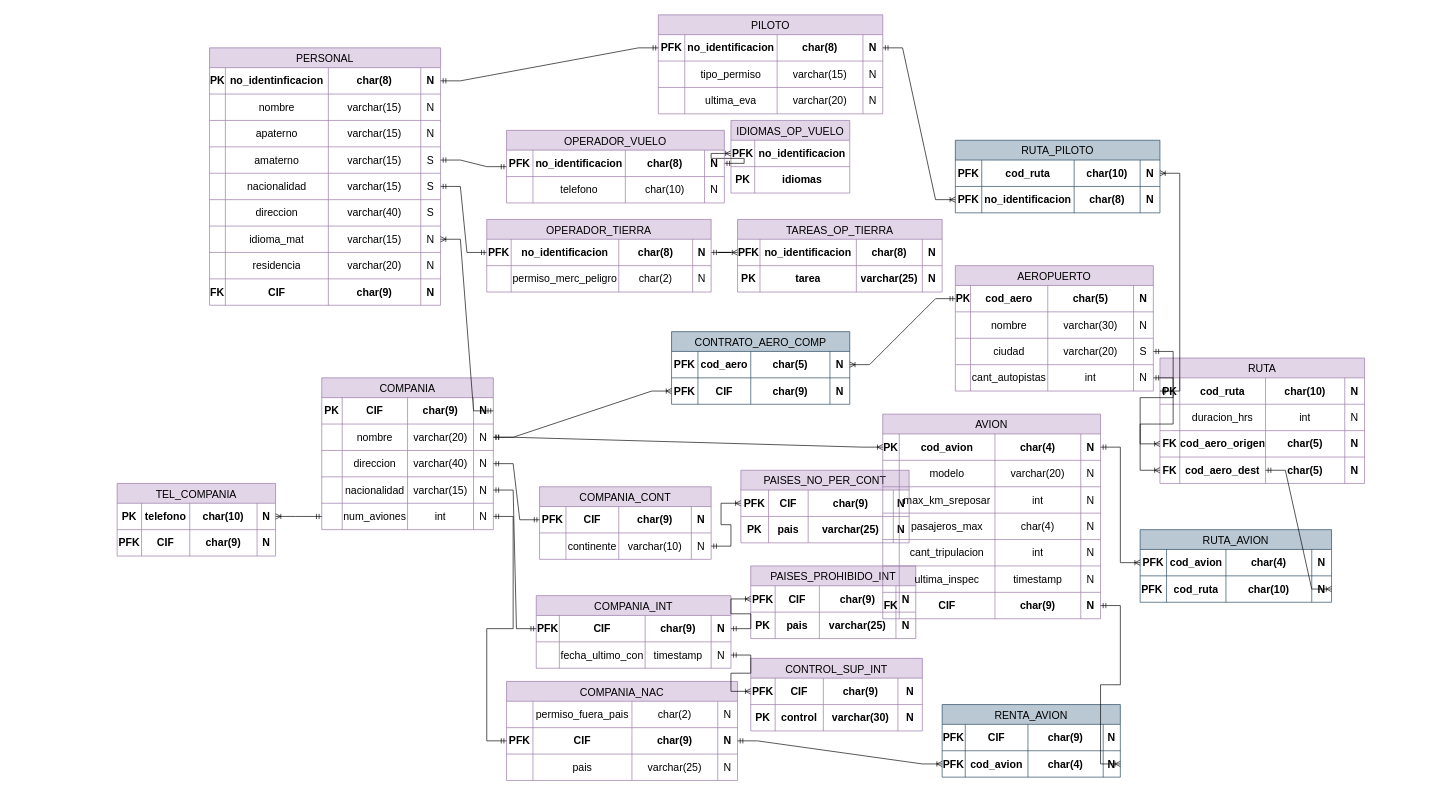
misiomishi/itcj keeps this draw.io diagram as Modelo Fisico Aeropuesto TBD.drawio. Above is the earlier version. Source tidied: cells renumbered, new cells numbered last; positions are measured from the earlier drawing's top-left corner, leaving out a move shared by most shapes. Both pictures are drawn from the tidied source at 66%, with x=0, y=0 at pixel (117, 15).
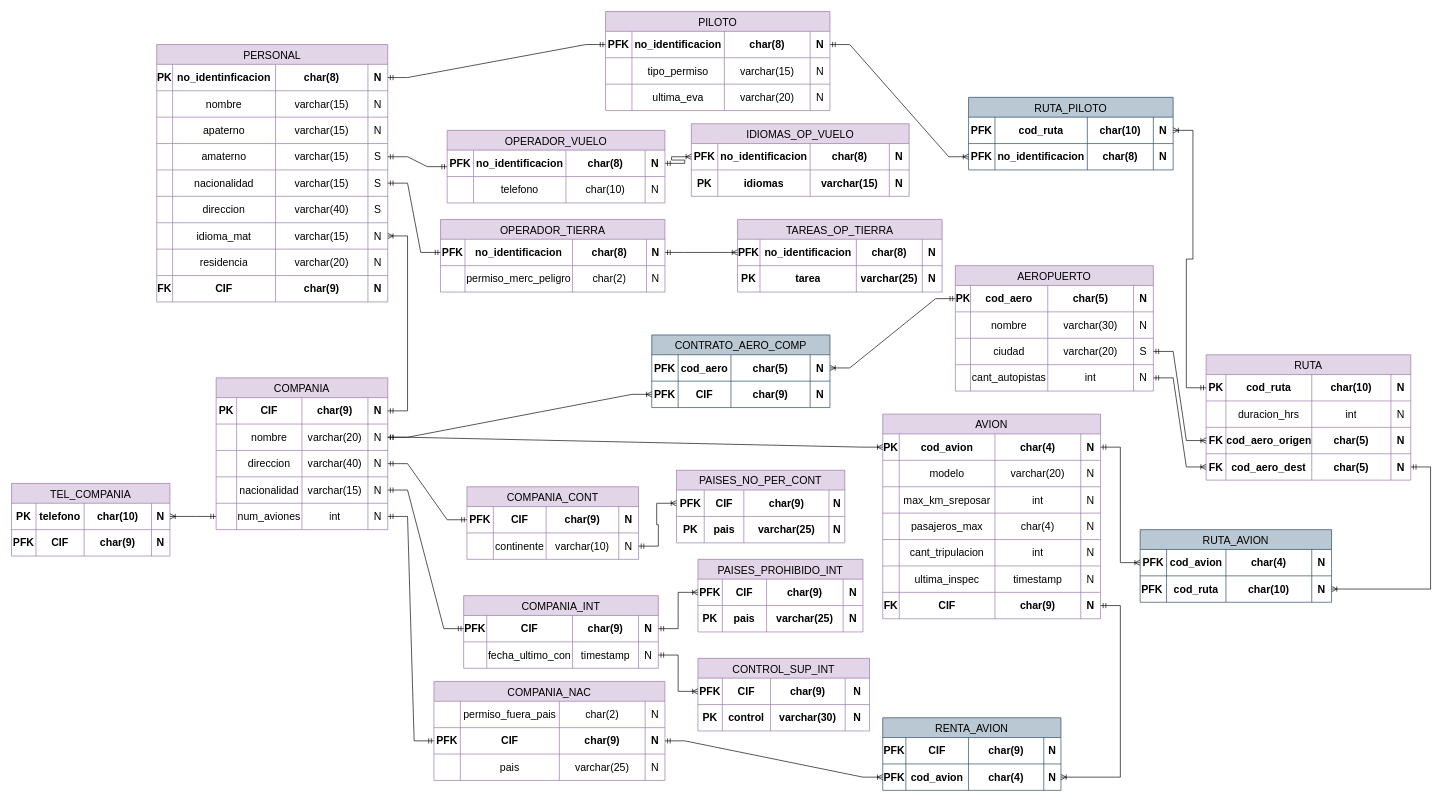
After the change.

The change refers to these unchanged cells:
```xml
<mxCell id="308" style="shape=tableRow;horizontal=0;startSize=0;swimlaneHead=0;swimlaneBody=0;strokeColor=inherit;top=0;left=0;bottom=0;right=0;fillColor=none;points=[[0,0.5],[1,0.5]];portConstraint=eastwest;fontSize=16;fontStyle=1;" parent="302" vertex="1">
  <mxGeometry y="70" width="290" height="40" as="geometry" />
</mxCell>
```

The edit, as a diff of the source:
```diff
@@
     <mxCell id="2" value="COMPANIA" style="shape=table;startSize=30;childLayout=tableLayout;strokeColor=#9673a6;fontSize=16;fillColor=#e1d5e7;" parent="1" vertex="1">
-      <mxGeometry x="310" y="550" width="260" height="230" as="geometry" />
+      <mxGeometry x="150" y="550" width="260" height="230" as="geometry" />
     </mxCell>
@@
     <mxCell id="28" value="TEL_COMPANIA" style="shape=table;startSize=30;childLayout=tableLayout;strokeColor=#9673a6;fontSize=16;fillColor=#e1d5e7;" parent="1" vertex="1">
-      <mxGeometry y="710" width="240" height="110" as="geometry" />
+      <mxGeometry x="-160" y="710" width="240" height="110" as="geometry" />
     </mxCell>
@@
     <mxCell id="39" value="COMPANIA_CONT" style="shape=table;startSize=30;childLayout=tableLayout;strokeColor=#9673a6;fontSize=16;fillColor=#e1d5e7;" parent="1" vertex="1">
-      <mxGeometry x="640" y="715" width="260" height="110" as="geometry" />
+      <mxGeometry x="530" y="715" width="260" height="110" as="geometry" />
     </mxCell>
@@
     <mxCell id="50" value="PAISES_NO_PER_CONT" style="shape=table;startSize=30;childLayout=tableLayout;strokeColor=#9673a6;fontSize=16;fillColor=#e1d5e7;" parent="1" vertex="1">
-      <mxGeometry x="945" y="690" width="255" height="110" as="geometry" />
+      <mxGeometry x="847.5" y="690" width="255" height="110" as="geometry" />
     </mxCell>
@@
     <mxCell id="61" value="COMPANIA_INT" style="shape=table;startSize=30;childLayout=tableLayout;strokeColor=#9673a6;fontSize=16;fillColor=#e1d5e7;" parent="1" vertex="1">
-      <mxGeometry x="635" y="880" width="295" height="110" as="geometry" />
+      <mxGeometry x="525" y="880" width="295" height="110" as="geometry" />
     </mxCell>
@@
     <mxCell id="72" value="PAISES_PROHIBIDO_INT" style="shape=table;startSize=30;childLayout=tableLayout;strokeColor=#9673a6;fontSize=16;fillColor=#e1d5e7;" parent="1" vertex="1">
-      <mxGeometry x="960" y="835" width="250" height="110" as="geometry" />
+      <mxGeometry x="880" y="825" width="250" height="110" as="geometry" />
     </mxCell>
@@
     <mxCell id="83" value="CONTROL_SUP_INT" style="shape=table;startSize=30;childLayout=tableLayout;strokeColor=#9673a6;fontSize=16;fillColor=#e1d5e7;" parent="1" vertex="1">
-      <mxGeometry x="960" y="975" width="260" height="110" as="geometry" />
+      <mxGeometry x="880" y="975" width="260" height="110" as="geometry" />
     </mxCell>
@@
     <mxCell id="94" value="COMPANIA_NAC" style="shape=table;startSize=30;childLayout=tableLayout;strokeColor=#9673a6;fontSize=16;fillColor=#e1d5e7;" parent="1" vertex="1">
-      <mxGeometry x="590" y="1010" width="350" height="150" as="geometry" />
+      <mxGeometry x="480" y="1010" width="350" height="150" as="geometry" />
     </mxCell>
@@
     <mxCell id="110" value="PERSONAL" style="shape=table;startSize=30;childLayout=tableLayout;strokeColor=#9673a6;fontSize=16;fillColor=#e1d5e7;" parent="1" vertex="1">
-      <mxGeometry x="140" y="50" width="350" height="390" as="geometry" />
+      <mxGeometry x="60" y="45" width="350" height="390" as="geometry" />
     </mxCell>
@@
     <mxCell id="156" value="IDIOMAS_OP_VUELO" style="shape=table;startSize=30;childLayout=tableLayout;strokeColor=#9673a6;fontSize=16;fillColor=#e1d5e7;" parent="1" vertex="1">
-      <mxGeometry x="930" y="160" width="180" height="110" as="geometry" />
+      <mxGeometry x="870" y="165" width="330" height="110" as="geometry" />
     </mxCell>
     <mxCell id="157" style="shape=tableRow;horizontal=0;startSize=0;swimlaneHead=0;swimlaneBody=0;strokeColor=inherit;top=0;left=0;bottom=0;right=0;fillColor=none;points=[[0,0.5],[1,0.5]];portConstraint=eastwest;fontSize=16;" parent="156" vertex="1">
-      <mxGeometry y="30" width="180" height="40" as="geometry" />
+      <mxGeometry y="30" width="330" height="40" as="geometry" />
     </mxCell>
     <mxCell id="158" value="PFK" style="shape=partialRectangle;html=1;whiteSpace=wrap;strokeColor=inherit;overflow=hidden;fillColor=none;top=0;left=0;bottom=0;right=0;fontSize=16;fontStyle=1;" parent="157" vertex="1">
-      <mxGeometry width="36" height="40" as="geometry" />
+      <mxGeometry width="40" height="40" as="geometry" />
     </mxCell>
     <mxCell id="159" value="no_identificacion" style="shape=partialRectangle;html=1;whiteSpace=wrap;strokeColor=inherit;overflow=hidden;fillColor=none;top=0;left=0;bottom=0;right=0;fontSize=16;fontStyle=1;" parent="157" vertex="1">
-      <mxGeometry x="36" width="144" height="40" as="geometry" />
+      <mxGeometry x="40" width="140" height="40" as="geometry" />
     </mxCell>
+    <mxCell id="358" value="char(8)" style="shape=partialRectangle;html=1;whiteSpace=wrap;strokeColor=inherit;overflow=hidden;fillColor=none;top=0;left=0;bottom=0;right=0;fontSize=16;fontStyle=1;" parent="157" vertex="1">
+      <mxGeometry x="180" width="120" height="40" as="geometry" />
+    </mxCell>
+    <mxCell id="359" value="N" style="shape=partialRectangle;html=1;whiteSpace=wrap;strokeColor=inherit;overflow=hidden;fillColor=none;top=0;left=0;bottom=0;right=0;fontSize=16;fontStyle=1;" parent="157" vertex="1">
+      <mxGeometry x="300" width="30" height="40" as="geometry" />
+    </mxCell>
     <mxCell id="160" style="shape=tableRow;horizontal=0;startSize=0;swimlaneHead=0;swimlaneBody=0;strokeColor=inherit;top=0;left=0;bottom=0;right=0;fillColor=none;fontSize=16;" parent="156" vertex="1">
-      <mxGeometry y="70" width="180" height="40" as="geometry" />
+      <mxGeometry y="70" width="330" height="40" as="geometry" />
     </mxCell>
     <mxCell id="161" value="PK" style="shape=partialRectangle;html=1;whiteSpace=wrap;strokeColor=inherit;overflow=hidden;fillColor=none;top=0;left=0;bottom=0;right=0;fontSize=16;fontStyle=1;" parent="160" vertex="1">
-      <mxGeometry width="36" height="40" as="geometry" />
+      <mxGeometry width="40" height="40" as="geometry" />
     </mxCell>
     <mxCell id="162" value="idiomas" style="shape=partialRectangle;html=1;whiteSpace=wrap;strokeColor=inherit;overflow=hidden;fillColor=none;top=0;left=0;bottom=0;right=0;fontSize=16;fontStyle=1;" parent="160" vertex="1">
-      <mxGeometry x="36" width="144" height="40" as="geometry" />
+      <mxGeometry x="40" width="140" height="40" as="geometry" />
     </mxCell>
+    <mxCell id="360" value="varchar(15)" style="shape=partialRectangle;html=1;whiteSpace=wrap;strokeColor=inherit;overflow=hidden;fillColor=none;top=0;left=0;bottom=0;right=0;fontSize=16;fontStyle=1;" parent="160" vertex="1">
+      <mxGeometry x="180" width="120" height="40" as="geometry" />
+    </mxCell>
+    <mxCell id="361" value="N" style="shape=partialRectangle;html=1;whiteSpace=wrap;strokeColor=inherit;overflow=hidden;fillColor=none;top=0;left=0;bottom=0;right=0;fontSize=16;fontStyle=1;" parent="160" vertex="1">
+      <mxGeometry x="300" width="30" height="40" as="geometry" />
+    </mxCell>
@@
     <mxCell id="174" value="PILOTO" style="shape=table;startSize=30;childLayout=tableLayout;strokeColor=#9673a6;fontSize=16;fillColor=#e1d5e7;" parent="1" vertex="1">
-      <mxGeometry x="820" width="340" height="150" as="geometry" />
+      <mxGeometry x="740" y="-5" width="340" height="150" as="geometry" />
     </mxCell>
@@
     <mxCell id="247" value="RUTA" style="shape=table;startSize=30;childLayout=tableLayout;strokeColor=#9673a6;fontSize=16;fillColor=#e1d5e7;" parent="1" vertex="1">
-      <mxGeometry x="1580" y="520" width="310" height="190" as="geometry" />
+      <mxGeometry x="1650" y="515" width="310" height="190" as="geometry" />
     </mxCell>
@@
     <mxCell id="278" value="CONTRATO_AERO_COMP" style="shape=table;startSize=30;childLayout=tableLayout;strokeColor=#23445d;fontSize=16;fillColor=#bac8d3;" parent="1" vertex="1">
-      <mxGeometry x="840" y="480" width="270" height="110" as="geometry" />
+      <mxGeometry x="810" y="485" width="270" height="110" as="geometry" />
     </mxCell>
@@
     <mxCell id="291" value="RENTA_AVION" style="shape=table;startSize=30;childLayout=tableLayout;strokeColor=#23445d;fontSize=16;fillColor=#bac8d3;" parent="1" vertex="1">
-      <mxGeometry x="1250" y="1045" width="270" height="110" as="geometry" />
+      <mxGeometry x="1160" y="1065" width="270" height="110" as="geometry" />
     </mxCell>
@@
     <mxCell id="313" value="RUTA_PILOTO" style="shape=table;startSize=30;childLayout=tableLayout;strokeColor=#23445d;fontSize=16;fillColor=#bac8d3;" parent="1" vertex="1">
-      <mxGeometry x="1270" y="190" width="310" height="110" as="geometry" />
+      <mxGeometry x="1290" y="125" width="310" height="110" as="geometry" />
     </mxCell>
@@
     <mxCell id="328" style="edgeStyle=entityRelationEdgeStyle;fontSize=12;html=1;endArrow=ERoneToMany;startArrow=ERmandOne;rounded=0;entryX=1;entryY=0.5;entryDx=0;entryDy=0;" parent="1" edge="1" target="308">
       <mxGeometry relative="1" as="geometry">
-        <mxPoint x="1740" y="690" as="sourcePoint" />
+        <mxPoint x="1960" y="685" as="sourcePoint" />
         <Array as="points">
           <mxPoint x="2030" y="860" />
         </Array>
       </mxGeometry>
     </mxCell>
@@
     <mxCell id="335" value="OPERADOR_VUELO" style="shape=table;startSize=30;childLayout=tableLayout;strokeColor=#9673a6;fontSize=16;fillColor=#e1d5e7;" parent="1" vertex="1">
-      <mxGeometry x="590" y="175" width="330" height="110" as="geometry" />
+      <mxGeometry x="500" y="175" width="330" height="110" as="geometry" />
     </mxCell>
@@
     <mxCell id="346" value="OPERADOR_TIERRA" style="shape=table;startSize=30;childLayout=tableLayout;strokeColor=#9673a6;fontSize=16;fillColor=#e1d5e7;" parent="1" vertex="1">
-      <mxGeometry x="560" y="310" width="340" height="110" as="geometry" />
+      <mxGeometry x="490" y="310" width="340" height="110" as="geometry" />
     </mxCell>
```
